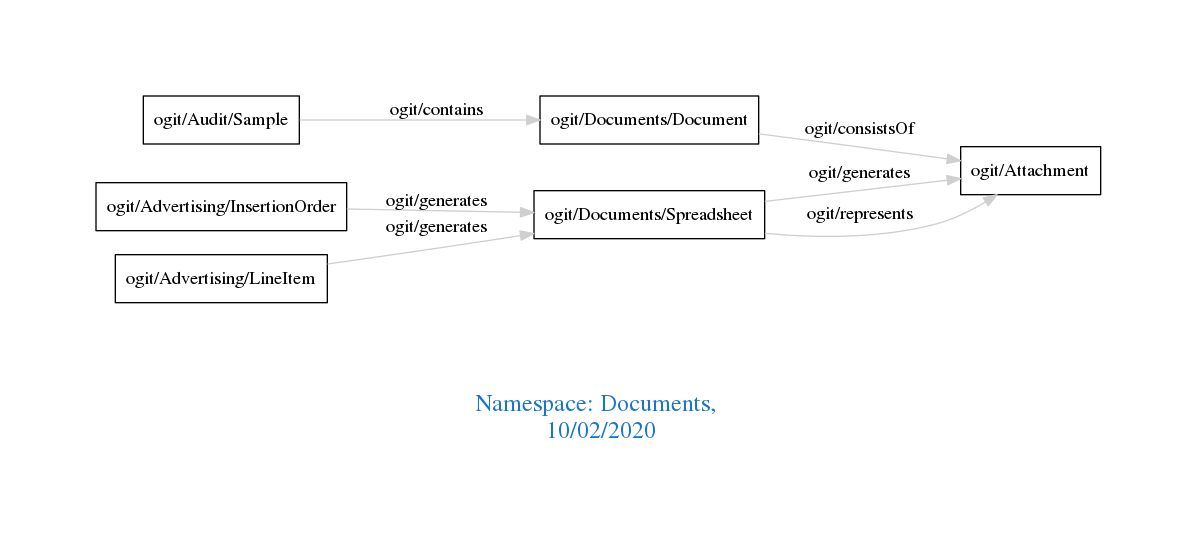
The Graphviz diagram downloads/Documents.png in arago/OGIT, before a commit. Its source is kept beside it as downloads/Documents.dot.
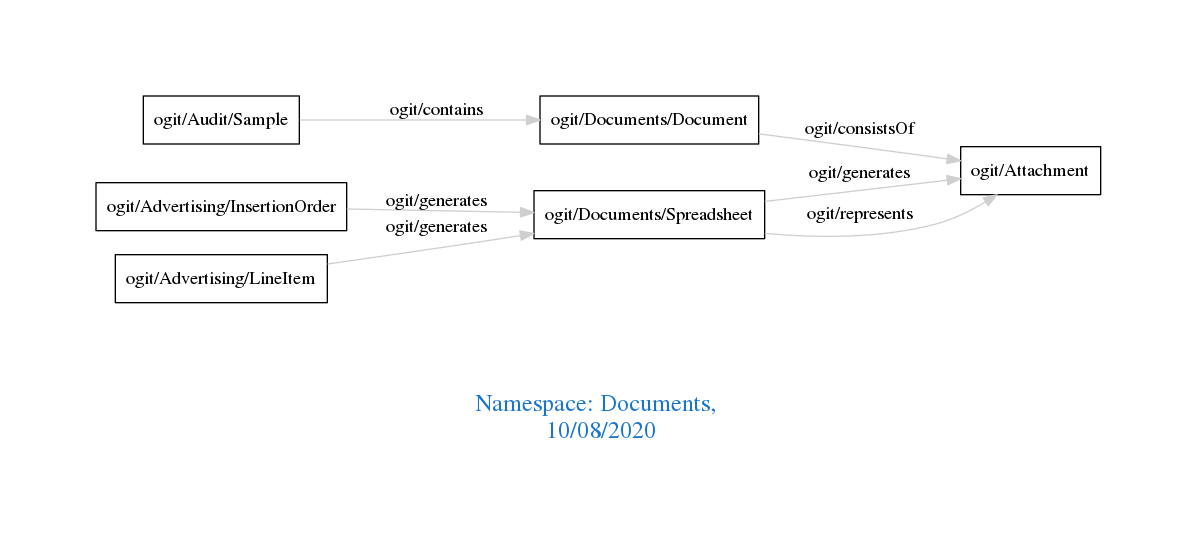
After the change.

Diff of the diagram source:
```diff
@@ -1,7 +1,7 @@
 digraph OGIT_ontology {
  graph [ rankdir= LR,pad=1
 fontsize = 18,
-fontcolor= dodgerblue3,label = "\n\n\nNamespace: Documents, \n 10/02/2020"];
+fontcolor= dodgerblue3,label = "\n\n\nNamespace: Documents, \n 10/08/2020"];
 node[shape=polygon];
 edge [  color="gray81"];
 
```
